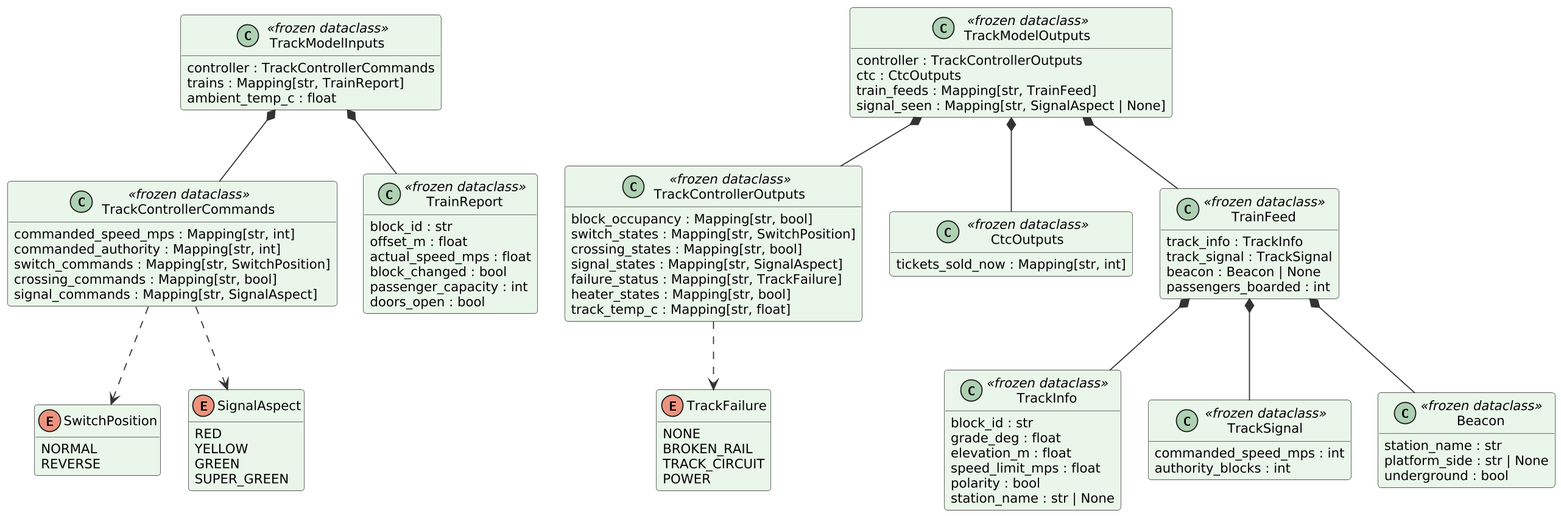
This is documents/uml/track_model/16_types.png from Landiss04/Track-Overflow, a PlantUML export, as it was before one commit.
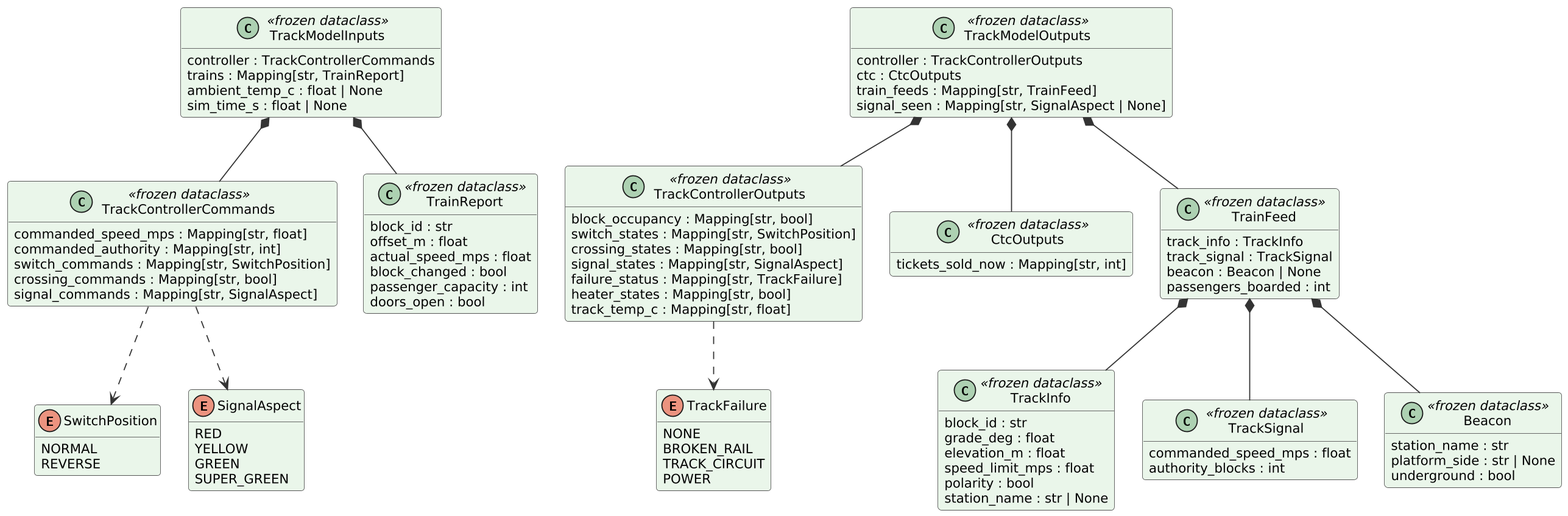
Above is the later version.

Change to the diagram source:
```diff
@@ -15,10 +15,11 @@
 class TrackModelInputs <<frozen dataclass>> {
   controller : TrackControllerCommands
   trains : Mapping[str, TrainReport]
-  ambient_temp_c : float
+  ambient_temp_c : float | None
+  sim_time_s : float | None
 }
 class TrackControllerCommands <<frozen dataclass>> {
-  commanded_speed_mps : Mapping[str, int]
+  commanded_speed_mps : Mapping[str, float]
   commanded_authority : Mapping[str, int]
   switch_commands : Mapping[str, SwitchPosition]
   crossing_commands : Mapping[str, bool]
@@ -65,7 +66,7 @@
   station_name : str | None
 }
 class TrackSignal <<frozen dataclass>> {
-  commanded_speed_mps : int
+  commanded_speed_mps : float
   authority_blocks : int
 }
 class Beacon <<frozen dataclass>> {
```
